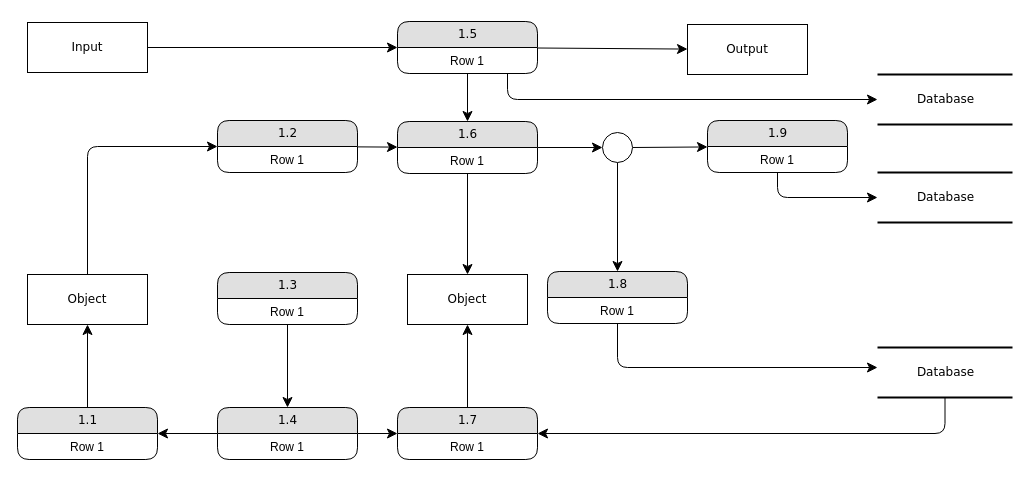
Above: data.drawio in rezelput/Theoryofsystemanalisys (draw.io), before the change. Source tidied: cells renumbered, new cells numbered last; positions are measured from the earlier drawing's top-left corner, leaving out a move shared by most shapes. Both pictures are drawn from the tidied source at 100%, with x=0, y=0 at pixel (17, 21).
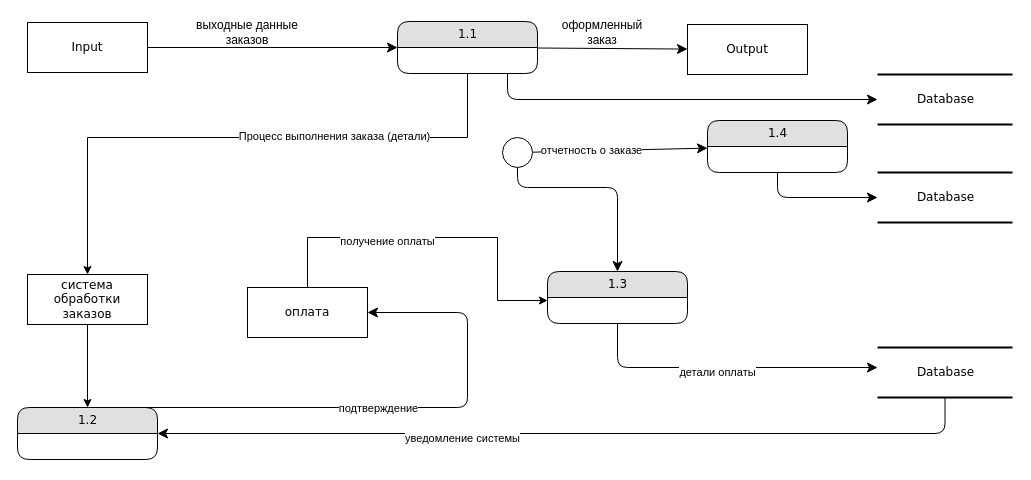
Above is the later version.

Unchanged cells that the change refers to:
```xml
<mxCell id="13" value="Database" style="html=1;rounded=0;shadow=0;comic=0;labelBackgroundColor=none;strokeWidth=2;fontFamily=Verdana;fontSize=12;align=center;shape=mxgraph.ios7ui.horLines;" parent="1" vertex="1">
  <mxGeometry x="860" y="326" width="135" height="50" as="geometry" />
</mxCell>
<mxCell id="27" style="edgeStyle=orthogonalEdgeStyle;html=1;labelBackgroundColor=none;startFill=0;startSize=8;endFill=1;endSize=8;fontFamily=Verdana;fontSize=12;" parent="1" edge="1" source="28" target="13">
  <mxGeometry relative="1" as="geometry">
    <Array as="points">
      <mxPoint x="600" y="346" />
    </Array>
  </mxGeometry>
</mxCell>
<mxCell id="44" style="edgeStyle=none;html=1;labelBackgroundColor=none;startFill=0;startSize=8;endFill=1;endSize=8;fontFamily=Verdana;fontSize=12;" parent="1" edge="1" source="45" target="22">
  <mxGeometry relative="1" as="geometry" />
</mxCell>
```

Change to the diagram source:
```diff
@@
-    <mxCell id="8" style="edgeStyle=none;html=1;labelBackgroundColor=none;startFill=0;startSize=8;endFill=1;endSize=8;fontFamily=Verdana;fontSize=12;" parent="1" edge="1" source="10" target="16">
-      <mxGeometry relative="1" as="geometry" />
-    </mxCell>
@@
-    <mxCell id="10" value="1.5" style="swimlane;html=1;fontStyle=0;horizontal=1;startSize=26;fillColor=#e0e0e0;swimlaneFillColor=#ffffff;align=center;rounded=1;shadow=0;comic=0;labelBackgroundColor=none;strokeWidth=1;fontFamily=Verdana;fontSize=12;" parent="1" vertex="1">
+    <mxCell id="10" value="1.1" style="swimlane;html=1;fontStyle=0;horizontal=1;startSize=26;fillColor=#e0e0e0;swimlaneFillColor=#ffffff;align=center;rounded=1;shadow=0;comic=0;labelBackgroundColor=none;strokeWidth=1;fontFamily=Verdana;fontSize=12;" parent="1" vertex="1">
       <mxGeometry x="380" width="140" height="52" as="geometry" />
     </mxCell>
-    <mxCell id="11" value="Row 1" style="text;html=1;strokeColor=none;fillColor=none;spacingLeft=4;spacingRight=4;whiteSpace=wrap;overflow=hidden;align=center;" parent="10" vertex="1">
-      <mxGeometry y="26" width="140" height="26" as="geometry" />
-    </mxCell>
-    <mxCell id="12" style="edgeStyle=orthogonalEdgeStyle;html=1;labelBackgroundColor=none;startFill=0;startSize=8;endFill=1;endSize=8;fontFamily=Verdana;fontSize=12;" parent="1" edge="1" source="13" target="38">
+    <mxCell id="12" style="edgeStyle=orthogonalEdgeStyle;html=1;labelBackgroundColor=none;startFill=0;startSize=8;endFill=1;endSize=8;fontFamily=Verdana;fontSize=12;entryX=1;entryY=0.5;entryDx=0;entryDy=0;" parent="1" edge="1" source="13" target="31">
       <mxGeometry relative="1" as="geometry">
         <Array as="points">
           <mxPoint x="928" y="412" />
         </Array>
       </mxGeometry>
     </mxCell>
+    <mxCell id="46" value="уведомление системы" style="edgeLabel;html=1;align=center;verticalAlign=middle;" parent="12" vertex="1">
+      <mxGeometry x="0.26" y="4" relative="1" as="geometry" />
+    </mxCell>
@@
-    <mxCell id="14" style="edgeStyle=none;html=1;labelBackgroundColor=none;startFill=0;startSize=8;endFill=1;endSize=8;fontFamily=Verdana;fontSize=12;" parent="1" edge="1" source="16" target="45">
-      <mxGeometry relative="1" as="geometry" />
-    </mxCell>
-    <mxCell id="15" style="edgeStyle=none;html=1;labelBackgroundColor=none;startFill=0;startSize=8;endFill=1;endSize=8;fontFamily=Verdana;fontSize=12;" parent="1" edge="1" source="16" target="42">
-      <mxGeometry relative="1" as="geometry" />
-    </mxCell>
-    <mxCell id="16" value="1.6" style="swimlane;html=1;fontStyle=0;horizontal=1;startSize=26;fillColor=#e0e0e0;swimlaneFillColor=#ffffff;align=center;rounded=1;shadow=0;comic=0;labelBackgroundColor=none;strokeWidth=1;fontFamily=Verdana;fontSize=12;" parent="1" vertex="1">
-      <mxGeometry x="380" y="100" width="140" height="52" as="geometry" />
-    </mxCell>
-    <mxCell id="17" value="Row 1" style="text;html=1;strokeColor=none;fillColor=none;spacingLeft=4;spacingRight=4;whiteSpace=wrap;overflow=hidden;align=center;" parent="16" vertex="1">
-      <mxGeometry y="26" width="140" height="26" as="geometry" />
-    </mxCell>
-    <mxCell id="18" style="edgeStyle=none;html=1;labelBackgroundColor=none;startFill=0;startSize=8;endFill=1;endSize=8;fontFamily=Verdana;fontSize=12;" parent="1" edge="1" source="19" target="16">
-      <mxGeometry relative="1" as="geometry" />
-    </mxCell>
-    <mxCell id="19" value="1.2" style="swimlane;html=1;fontStyle=0;horizontal=1;startSize=26;fillColor=#e0e0e0;swimlaneFillColor=#ffffff;align=center;rounded=1;shadow=0;comic=0;labelBackgroundColor=none;strokeWidth=1;fontFamily=Verdana;fontSize=12;" parent="1" vertex="1">
-      <mxGeometry x="200" y="99" width="140" height="52" as="geometry" />
-    </mxCell>
-    <mxCell id="20" value="Row 1" style="text;html=1;strokeColor=none;fillColor=none;spacingLeft=4;spacingRight=4;whiteSpace=wrap;overflow=hidden;align=center;" parent="19" vertex="1">
-      <mxGeometry y="26" width="140" height="26" as="geometry" />
-    </mxCell>
@@
-    <mxCell id="22" value="1.9" style="swimlane;html=1;fontStyle=0;horizontal=1;startSize=26;fillColor=#e0e0e0;swimlaneFillColor=#ffffff;align=center;rounded=1;shadow=0;comic=0;labelBackgroundColor=none;strokeWidth=1;fontFamily=Verdana;fontSize=12;" parent="1" vertex="1">
+    <mxCell id="22" value="1.4" style="swimlane;html=1;fontStyle=0;horizontal=1;startSize=26;fillColor=#e0e0e0;swimlaneFillColor=#ffffff;align=center;rounded=1;shadow=0;comic=0;labelBackgroundColor=none;strokeWidth=1;fontFamily=Verdana;fontSize=12;" parent="1" vertex="1">
       <mxGeometry x="690" y="99" width="140" height="52" as="geometry" />
     </mxCell>
-    <mxCell id="23" value="Row 1" style="text;html=1;strokeColor=none;fillColor=none;spacingLeft=4;spacingRight=4;whiteSpace=wrap;overflow=hidden;align=center;" parent="22" vertex="1">
-      <mxGeometry y="26" width="140" height="26" as="geometry" />
-    </mxCell>
-    <mxCell id="24" style="edgeStyle=none;html=1;labelBackgroundColor=none;startFill=0;startSize=8;endFill=1;endSize=8;fontFamily=Verdana;fontSize=12;" parent="1" edge="1" source="25" target="35">
-      <mxGeometry relative="1" as="geometry" />
-    </mxCell>
-    <mxCell id="25" value="1.3" style="swimlane;html=1;fontStyle=0;horizontal=1;startSize=26;fillColor=#e0e0e0;swimlaneFillColor=#ffffff;align=center;rounded=1;shadow=0;comic=0;labelBackgroundColor=none;strokeWidth=1;fontFamily=Verdana;fontSize=12;" parent="1" vertex="1">
-      <mxGeometry x="200" y="251" width="140" height="52" as="geometry" />
-    </mxCell>
-    <mxCell id="26" value="Row 1" style="text;html=1;strokeColor=none;fillColor=none;spacingLeft=4;spacingRight=4;whiteSpace=wrap;overflow=hidden;align=center;" parent="25" vertex="1">
-      <mxGeometry y="26" width="140" height="26" as="geometry" />
-    </mxCell>
@@
+    <mxCell id="47" value="детали оплаты" style="edgeLabel;html=1;align=center;verticalAlign=middle;" parent="27" vertex="1">
+      <mxGeometry x="-0.06" y="-4" relative="1" as="geometry" />
+    </mxCell>
-    <mxCell id="28" value="1.8" style="swimlane;html=1;fontStyle=0;horizontal=1;startSize=26;fillColor=#e0e0e0;swimlaneFillColor=#ffffff;align=center;rounded=1;shadow=0;comic=0;labelBackgroundColor=none;strokeWidth=1;fontFamily=Verdana;fontSize=12;" parent="1" vertex="1">
+    <mxCell id="28" value="1.3" style="swimlane;html=1;fontStyle=0;horizontal=1;startSize=26;fillColor=#e0e0e0;swimlaneFillColor=#ffffff;align=center;rounded=1;shadow=0;comic=0;labelBackgroundColor=none;strokeWidth=1;fontFamily=Verdana;fontSize=12;" parent="1" vertex="1">
       <mxGeometry x="530" y="250" width="140" height="52" as="geometry" />
     </mxCell>
-    <mxCell id="29" value="Row 1" style="text;html=1;strokeColor=none;fillColor=none;spacingLeft=4;spacingRight=4;whiteSpace=wrap;overflow=hidden;align=center;" parent="28" vertex="1">
-      <mxGeometry y="26" width="140" height="26" as="geometry" />
-    </mxCell>
-    <mxCell id="30" style="edgeStyle=none;html=1;labelBackgroundColor=none;startFill=0;startSize=8;endFill=1;endSize=8;fontFamily=Verdana;fontSize=12;" parent="1" edge="1" source="31" target="41">
-      <mxGeometry relative="1" as="geometry" />
-    </mxCell>
-    <mxCell id="31" value="1.1" style="swimlane;html=1;fontStyle=0;horizontal=1;startSize=26;fillColor=#e0e0e0;swimlaneFillColor=#ffffff;align=center;rounded=1;shadow=0;comic=0;labelBackgroundColor=none;strokeWidth=1;fontFamily=Verdana;fontSize=12;" parent="1" vertex="1">
+    <mxCell id="31" value="1.2" style="swimlane;html=1;fontStyle=0;horizontal=1;startSize=26;fillColor=#e0e0e0;swimlaneFillColor=#ffffff;align=center;rounded=1;shadow=0;comic=0;labelBackgroundColor=none;strokeWidth=1;fontFamily=Verdana;fontSize=12;" parent="1" vertex="1">
       <mxGeometry y="386" width="140" height="52" as="geometry" />
     </mxCell>
-    <mxCell id="32" value="Row 1" style="text;html=1;strokeColor=none;fillColor=none;spacingLeft=4;spacingRight=4;whiteSpace=wrap;overflow=hidden;align=center;" parent="31" vertex="1">
-      <mxGeometry y="26" width="140" height="26" as="geometry" />
-    </mxCell>
-    <mxCell id="33" style="edgeStyle=none;html=1;labelBackgroundColor=none;startFill=0;startSize=8;endFill=1;endSize=8;fontFamily=Verdana;fontSize=12;" parent="1" edge="1" source="35" target="38">
-      <mxGeometry relative="1" as="geometry" />
-    </mxCell>
-    <mxCell id="34" style="edgeStyle=none;html=1;labelBackgroundColor=none;startFill=0;startSize=8;endFill=1;endSize=8;fontFamily=Verdana;fontSize=12;" parent="1" edge="1" source="35" target="31">
-      <mxGeometry relative="1" as="geometry" />
-    </mxCell>
-    <mxCell id="35" value="1.4" style="swimlane;html=1;fontStyle=0;horizontal=1;startSize=26;fillColor=#e0e0e0;swimlaneFillColor=#ffffff;align=center;rounded=1;shadow=0;comic=0;labelBackgroundColor=none;strokeWidth=1;fontFamily=Verdana;fontSize=12;" parent="1" vertex="1">
-      <mxGeometry x="200" y="386" width="140" height="52" as="geometry" />
-    </mxCell>
-    <mxCell id="36" value="Row 1" style="text;html=1;strokeColor=none;fillColor=none;spacingLeft=4;spacingRight=4;whiteSpace=wrap;overflow=hidden;align=center;" parent="35" vertex="1">
-      <mxGeometry y="26" width="140" height="26" as="geometry" />
-    </mxCell>
-    <mxCell id="37" style="edgeStyle=none;html=1;labelBackgroundColor=none;startFill=0;startSize=8;endFill=1;endSize=8;fontFamily=Verdana;fontSize=12;" parent="1" edge="1" source="38" target="42">
-      <mxGeometry relative="1" as="geometry" />
+    <mxCell id="37" style="edgeStyle=none;html=1;labelBackgroundColor=none;startFill=0;startSize=8;endFill=1;endSize=8;fontFamily=Verdana;fontSize=12;exitX=0.5;exitY=0;exitDx=0;exitDy=0;" parent="1" edge="1" source="31" target="42">
+      <mxGeometry relative="1" as="geometry">
+        <Array as="points">
+          <mxPoint x="450" y="386" />
+          <mxPoint x="450" y="291" />
+        </Array>
+      </mxGeometry>
     </mxCell>
-    <mxCell id="38" value="1.7" style="swimlane;html=1;fontStyle=0;horizontal=1;startSize=26;fillColor=#e0e0e0;swimlaneFillColor=#ffffff;align=center;rounded=1;shadow=0;comic=0;labelBackgroundColor=none;strokeWidth=1;fontFamily=Verdana;fontSize=12;" parent="1" vertex="1">
-      <mxGeometry x="380" y="386" width="140" height="52" as="geometry" />
-    </mxCell>
-    <mxCell id="39" value="Row 1" style="text;html=1;strokeColor=none;fillColor=none;spacingLeft=4;spacingRight=4;whiteSpace=wrap;overflow=hidden;align=center;" parent="38" vertex="1">
-      <mxGeometry y="26" width="140" height="26" as="geometry" />
-    </mxCell>
-    <mxCell id="40" style="edgeStyle=orthogonalEdgeStyle;html=1;labelBackgroundColor=none;startFill=0;startSize=8;endFill=1;endSize=8;fontFamily=Verdana;fontSize=12;" parent="1" edge="1" source="41" target="19">
-      <mxGeometry relative="1" as="geometry">
-        <Array as="points">
-          <mxPoint x="70" y="125" />
-        </Array>
-      </mxGeometry>
-    </mxCell>
+    <mxCell id="48" value="подтверждение" style="edgeLabel;html=1;align=center;verticalAlign=middle;" parent="37" vertex="1">
+      <mxGeometry x="0.01" relative="1" as="geometry" />
+    </mxCell>
+    <mxCell id="49" style="edgeStyle=orthogonalEdgeStyle;rounded=0;jettySize=auto;html=1;" parent="1" edge="1" source="41" target="31">
+      <mxGeometry relative="1" as="geometry" />
+    </mxCell>
-    <mxCell id="41" value="Object" style="whiteSpace=wrap;html=1;rounded=0;shadow=0;comic=0;labelBackgroundColor=none;strokeWidth=1;fontFamily=Verdana;fontSize=12;align=center;" parent="1" vertex="1">
+    <mxCell id="41" value="система обработки заказов" style="whiteSpace=wrap;html=1;rounded=0;shadow=0;comic=0;labelBackgroundColor=none;strokeWidth=1;fontFamily=Verdana;fontSize=12;align=center;" parent="1" vertex="1">
       <mxGeometry x="10" y="253" width="120" height="50" as="geometry" />
     </mxCell>
+    <mxCell id="50" style="edgeStyle=orthogonalEdgeStyle;rounded=0;jettySize=auto;html=1;entryX=0;entryY=0.115;entryDx=0;entryDy=0;entryPerimeter=0;" parent="1" edge="1" source="42">
+      <mxGeometry relative="1" as="geometry">
+        <mxPoint x="530" y="279" as="targetPoint" />
+        <Array as="points">
+          <mxPoint x="290" y="216" />
+          <mxPoint x="480" y="216" />
+          <mxPoint x="480" y="279" />
+        </Array>
+      </mxGeometry>
+    </mxCell>
+    <mxCell id="51" value="получение оплаты" style="edgeLabel;html=1;align=center;verticalAlign=middle;" parent="50" vertex="1">
+      <mxGeometry x="-0.27" y="-3" relative="1" as="geometry" />
+    </mxCell>
-    <mxCell id="42" value="Object" style="whiteSpace=wrap;html=1;rounded=0;shadow=0;comic=0;labelBackgroundColor=none;strokeWidth=1;fontFamily=Verdana;fontSize=12;align=center;" parent="1" vertex="1">
-      <mxGeometry x="390" y="253" width="120" height="50" as="geometry" />
+    <mxCell id="42" value="оплата" style="whiteSpace=wrap;html=1;rounded=0;shadow=0;comic=0;labelBackgroundColor=none;strokeWidth=1;fontFamily=Verdana;fontSize=12;align=center;" parent="1" vertex="1">
+      <mxGeometry x="230" y="266" width="120" height="50" as="geometry" />
     </mxCell>
     <mxCell id="43" style="edgeStyle=none;html=1;labelBackgroundColor=none;startFill=0;startSize=8;endFill=1;endSize=8;fontFamily=Verdana;fontSize=12;" parent="1" edge="1" source="45" target="28">
-      <mxGeometry relative="1" as="geometry" />
+      <mxGeometry relative="1" as="geometry">
+        <Array as="points">
+          <mxPoint x="500" y="166" />
+          <mxPoint x="600" y="166" />
+        </Array>
+      </mxGeometry>
     </mxCell>
@@
+    <mxCell id="52" value="отчетность о заказе" style="edgeLabel;html=1;align=center;verticalAlign=middle;" parent="44" vertex="1">
+      <mxGeometry x="-0.33" y="1" relative="1" as="geometry" />
+    </mxCell>
     <mxCell id="45" style="ellipse;whiteSpace=wrap;html=1;rounded=1;shadow=0;comic=0;labelBackgroundColor=none;strokeWidth=1;fontFamily=Verdana;fontSize=12;align=center;" parent="1" vertex="1">
-      <mxGeometry x="585" y="111" width="30" height="30" as="geometry" />
+      <mxGeometry x="485" y="116" width="30" height="30" as="geometry" />
     </mxCell>
+    <mxCell id="53" value="выходные данные заказов" style="text;html=1;strokeColor=none;fillColor=none;align=center;verticalAlign=middle;whiteSpace=wrap;rounded=0;" parent="1" vertex="1">
+      <mxGeometry x="170" y="-4" width="120" height="30" as="geometry" />
+    </mxCell>
+    <mxCell id="54" value="оформленный заказ" style="text;html=1;strokeColor=none;fillColor=none;align=center;verticalAlign=middle;whiteSpace=wrap;rounded=0;" parent="1" vertex="1">
+      <mxGeometry x="555" y="-4" width="60" height="30" as="geometry" />
+    </mxCell>
+    <mxCell id="55" style="edgeStyle=orthogonalEdgeStyle;rounded=0;jettySize=auto;html=1;entryX=0.5;entryY=0;entryDx=0;entryDy=0;" parent="1" edge="1" target="41">
+      <mxGeometry relative="1" as="geometry">
+        <mxPoint x="450" y="52" as="sourcePoint" />
+        <Array as="points">
+          <mxPoint x="450" y="116" />
+          <mxPoint x="70" y="116" />
+        </Array>
+      </mxGeometry>
+    </mxCell>
+    <mxCell id="56" value="Процесс выполнения заказа (детали)" style="edgeLabel;html=1;align=center;verticalAlign=middle;" parent="55" vertex="1">
+      <mxGeometry x="-0.32" y="-2" relative="1" as="geometry" />
+    </mxCell>
```
